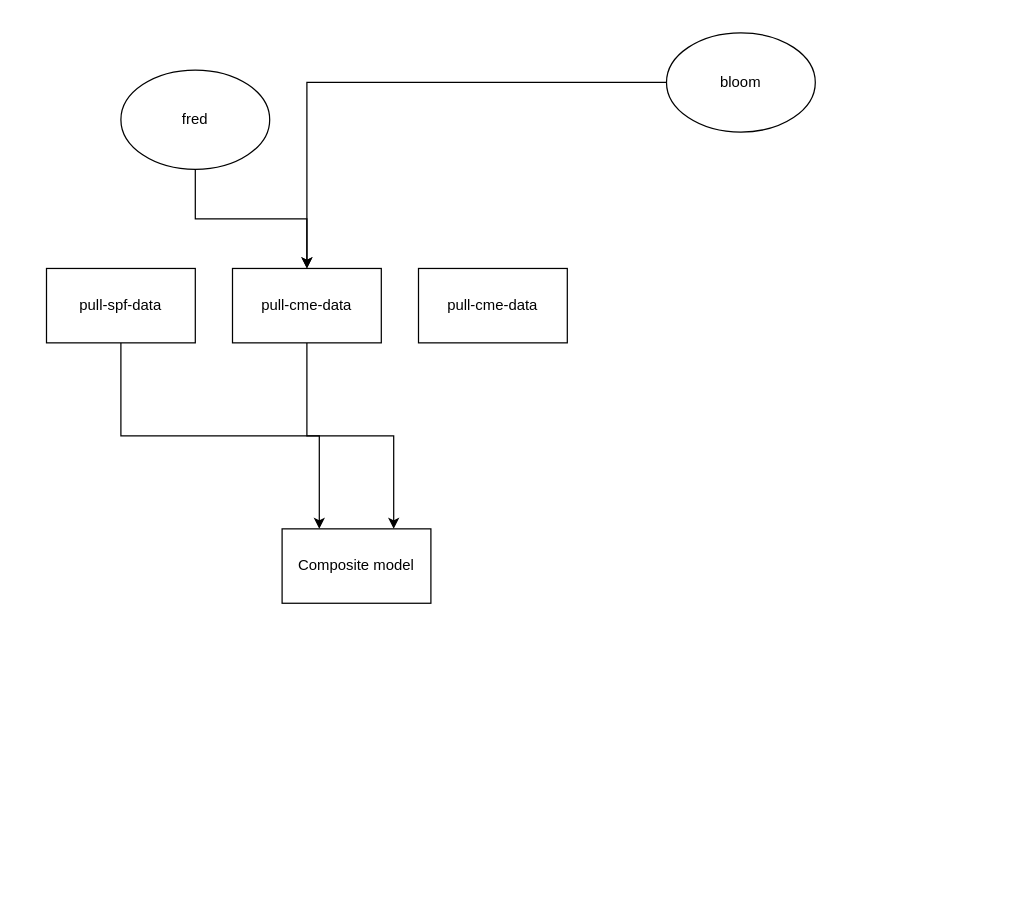
Earlier version of the draw.io diagram modules/composite-model/dependencies.drawio (bongohead/econforecasting-r). Source tidied: cells renumbered, new cells numbered last; positions are measured from the earlier drawing's top-left corner, leaving out a move shared by most shapes. Both pictures are drawn from the tidied source at 124%, with x=0, y=0 at pixel (46, 32).
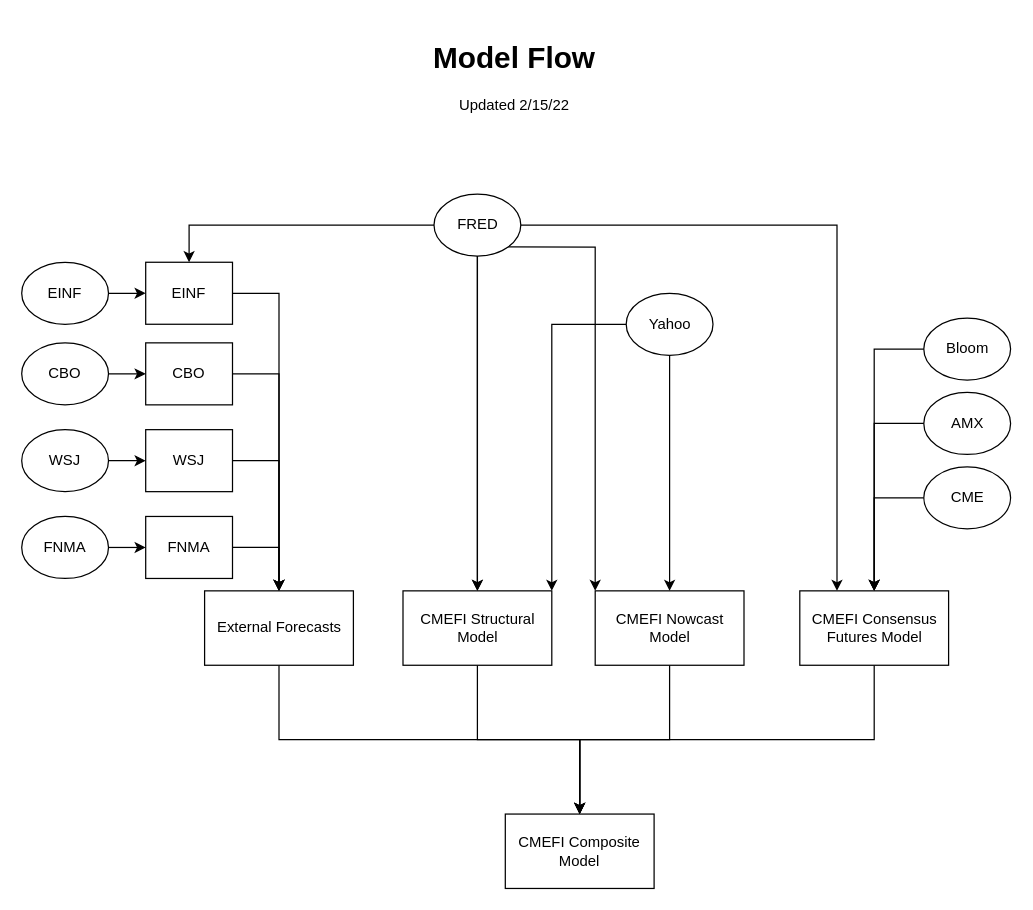
After the change.

What changed in the source:
```diff
@@
-    <mxCell id="2" style="edgeStyle=orthogonalEdgeStyle;rounded=0;jettySize=auto;html=1;entryX=0.25;entryY=0;entryDx=0;entryDy=0;exitX=0.5;exitY=1;exitDx=0;exitDy=0;" parent="1" edge="1" source="3" target="6">
+    <mxCell id="2" style="edgeStyle=orthogonalEdgeStyle;rounded=0;jettySize=auto;html=1;entryX=0.5;entryY=0;entryDx=0;entryDy=0;exitX=0.5;exitY=1;exitDx=0;exitDy=0;" parent="1" edge="1" source="3" target="6">
       <mxGeometry relative="1" as="geometry" />
     </mxCell>
-    <mxCell id="3" value="pull-spf-data" style="rounded=0;whiteSpace=wrap;html=1;" parent="1" vertex="1">
-      <mxGeometry y="190" width="120" height="60" as="geometry" />
+    <mxCell id="3" value="CMEFI Nowcast Model" style="rounded=0;whiteSpace=wrap;html=1;" parent="1" vertex="1">
+      <mxGeometry x="442.5" y="450" width="120" height="60" as="geometry" />
     </mxCell>
-    <mxCell id="4" style="edgeStyle=orthogonalEdgeStyle;rounded=0;jettySize=auto;html=1;entryX=0.75;entryY=0;entryDx=0;entryDy=0;" parent="1" edge="1" source="5" target="6">
+    <mxCell id="4" style="edgeStyle=orthogonalEdgeStyle;rounded=0;jettySize=auto;html=1;exitX=0.5;exitY=1;exitDx=0;exitDy=0;" parent="1" edge="1" source="5" target="6">
       <mxGeometry relative="1" as="geometry" />
     </mxCell>
-    <mxCell id="5" value="pull-cme-data" style="rounded=0;whiteSpace=wrap;html=1;" parent="1" vertex="1">
-      <mxGeometry x="150" y="190" width="120" height="60" as="geometry" />
+    <mxCell id="5" value="CMEFI Structural Model" style="rounded=0;whiteSpace=wrap;html=1;" parent="1" vertex="1">
+      <mxGeometry x="287.5" y="450" width="120" height="60" as="geometry" />
     </mxCell>
-    <mxCell id="6" value="Composite model" style="rounded=0;whiteSpace=wrap;html=1;" parent="1" vertex="1">
-      <mxGeometry x="190" y="400" width="120" height="60" as="geometry" />
+    <mxCell id="6" value="CMEFI Composite Model" style="rounded=0;whiteSpace=wrap;html=1;" parent="1" vertex="1">
+      <mxGeometry x="370" y="630" width="120" height="60" as="geometry" />
     </mxCell>
-    <mxCell id="7" style="edgeStyle=orthogonalEdgeStyle;rounded=0;jettySize=auto;html=1;" parent="1" edge="1" source="8" target="5">
-      <mxGeometry relative="1" as="geometry" />
-    </mxCell>
+    <mxCell id="12" style="edgeStyle=orthogonalEdgeStyle;rounded=0;jettySize=auto;html=1;entryX=0.5;entryY=0;entryDx=0;entryDy=0;" parent="1" edge="1" source="8" target="5">
+      <mxGeometry relative="1" as="geometry" />
+    </mxCell>
+    <mxCell id="13" style="edgeStyle=orthogonalEdgeStyle;rounded=0;jettySize=auto;html=1;exitX=0.5;exitY=1;exitDx=0;exitDy=0;entryX=0.5;entryY=0;entryDx=0;entryDy=0;" parent="1" edge="1" source="11" target="6">
+      <mxGeometry relative="1" as="geometry" />
+    </mxCell>
+    <mxCell id="11" value="External Forecasts" style="rounded=0;whiteSpace=wrap;html=1;" parent="1" vertex="1">
+      <mxGeometry x="127.5" y="450" width="120" height="60" as="geometry" />
+    </mxCell>
+    <mxCell id="14" style="edgeStyle=orthogonalEdgeStyle;rounded=0;jettySize=auto;html=1;entryX=0.5;entryY=0;entryDx=0;entryDy=0;exitX=0.5;exitY=1;exitDx=0;exitDy=0;" parent="1" edge="1" source="15" target="6">
+      <mxGeometry relative="1" as="geometry" />
+    </mxCell>
+    <mxCell id="15" value="CMEFI Consensus Futures Model" style="rounded=0;whiteSpace=wrap;html=1;" parent="1" vertex="1">
+      <mxGeometry x="607.5" y="450" width="120" height="60" as="geometry" />
+    </mxCell>
+    <mxCell id="16" style="edgeStyle=orthogonalEdgeStyle;rounded=0;jettySize=auto;html=1;exitX=0.5;exitY=1;exitDx=0;exitDy=0;" parent="1" edge="1" source="19" target="3">
+      <mxGeometry relative="1" as="geometry" />
+    </mxCell>
+    <mxCell id="17" style="edgeStyle=orthogonalEdgeStyle;rounded=0;jettySize=auto;html=1;entryX=0.5;entryY=0;entryDx=0;entryDy=0;startArrow=none;" parent="1" edge="1" source="8" target="5">
+      <mxGeometry relative="1" as="geometry" />
+    </mxCell>
+    <mxCell id="18" style="edgeStyle=orthogonalEdgeStyle;rounded=0;jettySize=auto;html=1;entryX=1;entryY=0;entryDx=0;entryDy=0;" parent="1" edge="1" source="19" target="5">
+      <mxGeometry relative="1" as="geometry" />
+    </mxCell>
+    <mxCell id="19" value="Yahoo" style="ellipse;whiteSpace=wrap;html=1;" parent="1" vertex="1">
+      <mxGeometry x="467.5" y="210" width="70" height="50" as="geometry" />
+    </mxCell>
+    <mxCell id="20" style="edgeStyle=orthogonalEdgeStyle;rounded=0;jettySize=auto;html=1;entryX=0.5;entryY=0;entryDx=0;entryDy=0;exitX=0;exitY=0.5;exitDx=0;exitDy=0;" parent="1" edge="1" source="21" target="15">
+      <mxGeometry relative="1" as="geometry" />
+    </mxCell>
+    <mxCell id="21" value="CME" style="ellipse;whiteSpace=wrap;html=1;" parent="1" vertex="1">
+      <mxGeometry x="707.5" y="350" width="70" height="50" as="geometry" />
+    </mxCell>
+    <mxCell id="22" value="Bloom" style="ellipse;whiteSpace=wrap;html=1;" parent="1" vertex="1">
+      <mxGeometry x="707.5" y="230" width="70" height="50" as="geometry" />
+    </mxCell>
+    <mxCell id="23" value="AMX" style="ellipse;whiteSpace=wrap;html=1;" parent="1" vertex="1">
+      <mxGeometry x="707.5" y="290" width="70" height="50" as="geometry" />
+    </mxCell>
+    <mxCell id="24" style="edgeStyle=orthogonalEdgeStyle;rounded=0;jettySize=auto;html=1;entryX=0.5;entryY=0;entryDx=0;entryDy=0;exitX=0;exitY=0.5;exitDx=0;exitDy=0;" parent="1" edge="1" source="23" target="15">
+      <mxGeometry relative="1" as="geometry" />
+    </mxCell>
+    <mxCell id="25" style="edgeStyle=orthogonalEdgeStyle;rounded=0;jettySize=auto;html=1;exitX=0;exitY=0.5;exitDx=0;exitDy=0;entryX=0.5;entryY=0;entryDx=0;entryDy=0;" parent="1" edge="1" source="22" target="15">
+      <mxGeometry relative="1" as="geometry" />
+    </mxCell>
+    <mxCell id="26" style="edgeStyle=orthogonalEdgeStyle;rounded=0;jettySize=auto;html=1;exitX=1;exitY=0.5;exitDx=0;exitDy=0;entryX=0.5;entryY=0;entryDx=0;entryDy=0;startArrow=none;" parent="1" edge="1" source="33" target="11">
+      <mxGeometry relative="1" as="geometry" />
+    </mxCell>
+    <mxCell id="27" style="edgeStyle=orthogonalEdgeStyle;rounded=0;jettySize=auto;html=1;" parent="1" edge="1" source="28" target="33">
+      <mxGeometry relative="1" as="geometry" />
+    </mxCell>
+    <mxCell id="28" value="EINF" style="ellipse;whiteSpace=wrap;html=1;" parent="1" vertex="1">
+      <mxGeometry x="-20" y="185" width="70" height="50" as="geometry" />
+    </mxCell>
+    <mxCell id="29" style="edgeStyle=orthogonalEdgeStyle;rounded=0;jettySize=auto;html=1;entryX=0.5;entryY=0;entryDx=0;entryDy=0;" parent="1" edge="1" source="8" target="33">
+      <mxGeometry relative="1" as="geometry" />
+    </mxCell>
+    <mxCell id="30" style="edgeStyle=orthogonalEdgeStyle;rounded=0;jettySize=auto;html=1;exitX=1;exitY=1;exitDx=0;exitDy=0;entryX=0;entryY=0;entryDx=0;entryDy=0;" parent="1" edge="1" source="8" target="3">
+      <mxGeometry relative="1" as="geometry" />
+    </mxCell>
+    <mxCell id="31" style="edgeStyle=orthogonalEdgeStyle;rounded=0;jettySize=auto;html=1;entryX=0.25;entryY=0;entryDx=0;entryDy=0;" parent="1" edge="1" source="8" target="15">
+      <mxGeometry relative="1" as="geometry" />
+    </mxCell>
-    <mxCell id="8" value="fred" style="ellipse;whiteSpace=wrap;html=1;" parent="1" vertex="1">
-      <mxGeometry x="60" y="30" width="120" height="80" as="geometry" />
+    <mxCell id="8" value="FRED" style="ellipse;whiteSpace=wrap;html=1;" parent="1" vertex="1">
+      <mxGeometry x="312.5" y="130" width="70" height="50" as="geometry" />
     </mxCell>
-    <mxCell id="9" style="edgeStyle=orthogonalEdgeStyle;rounded=0;jettySize=auto;html=1;entryX=0.5;entryY=0;entryDx=0;entryDy=0;" parent="1" edge="1" source="10" target="5">
-      <mxGeometry relative="1" as="geometry" />
-    </mxCell>
-    <mxCell id="10" value="bloom" style="ellipse;whiteSpace=wrap;html=1;" parent="1" vertex="1">
-      <mxGeometry x="500" width="120" height="80" as="geometry" />
-    </mxCell>
-    <mxCell id="11" value="pull-cme-data" style="rounded=0;whiteSpace=wrap;html=1;" parent="1" vertex="1">
-      <mxGeometry x="300" y="190" width="120" height="60" as="geometry" />
-    </mxCell>
+    <mxCell id="32" value="&lt;h1&gt;Model Flow&lt;/h1&gt;&lt;div&gt;Updated 2/15/22&lt;/div&gt;" style="text;html=1;strokeColor=none;fillColor=none;spacing=5;spacingTop=-20;whiteSpace=wrap;overflow=hidden;rounded=0;align=center;" parent="1" vertex="1">
+      <mxGeometry x="235" y="1" width="285" height="80" as="geometry" />
+    </mxCell>
+    <mxCell id="33" value="EINF" style="rounded=0;whiteSpace=wrap;html=1;" parent="1" vertex="1">
+      <mxGeometry x="80" y="185" width="70" height="50" as="geometry" />
+    </mxCell>
+    <mxCell id="34" style="edgeStyle=orthogonalEdgeStyle;rounded=0;jettySize=auto;html=1;exitX=1;exitY=0.5;exitDx=0;exitDy=0;" parent="1" edge="1" source="35" target="11">
+      <mxGeometry relative="1" as="geometry" />
+    </mxCell>
+    <mxCell id="35" value="CBO" style="rounded=0;whiteSpace=wrap;html=1;" parent="1" vertex="1">
+      <mxGeometry x="80" y="250" width="70" height="50" as="geometry" />
+    </mxCell>
+    <mxCell id="36" style="edgeStyle=orthogonalEdgeStyle;rounded=0;jettySize=auto;html=1;exitX=1;exitY=0.5;exitDx=0;exitDy=0;" parent="1" edge="1" source="37" target="11">
+      <mxGeometry relative="1" as="geometry" />
+    </mxCell>
+    <mxCell id="37" value="WSJ" style="rounded=0;whiteSpace=wrap;html=1;" parent="1" vertex="1">
+      <mxGeometry x="80" y="320" width="70" height="50" as="geometry" />
+    </mxCell>
+    <mxCell id="38" style="edgeStyle=orthogonalEdgeStyle;rounded=0;jettySize=auto;html=1;exitX=1;exitY=0.5;exitDx=0;exitDy=0;" parent="1" edge="1" source="39" target="11">
+      <mxGeometry relative="1" as="geometry" />
+    </mxCell>
+    <mxCell id="39" value="FNMA" style="rounded=0;whiteSpace=wrap;html=1;" parent="1" vertex="1">
+      <mxGeometry x="80" y="390" width="70" height="50" as="geometry" />
+    </mxCell>
+    <mxCell id="40" style="edgeStyle=orthogonalEdgeStyle;rounded=0;jettySize=auto;html=1;exitX=1;exitY=0.5;exitDx=0;exitDy=0;entryX=0;entryY=0.5;entryDx=0;entryDy=0;" parent="1" edge="1" source="41" target="39">
+      <mxGeometry relative="1" as="geometry" />
+    </mxCell>
+    <mxCell id="41" value="FNMA" style="ellipse;whiteSpace=wrap;html=1;" parent="1" vertex="1">
+      <mxGeometry x="-20" y="390" width="70" height="50" as="geometry" />
+    </mxCell>
+    <mxCell id="42" style="edgeStyle=orthogonalEdgeStyle;rounded=0;jettySize=auto;html=1;entryX=0;entryY=0.5;entryDx=0;entryDy=0;" parent="1" edge="1" source="43" target="37">
+      <mxGeometry relative="1" as="geometry" />
+    </mxCell>
+    <mxCell id="43" value="WSJ" style="ellipse;whiteSpace=wrap;html=1;" parent="1" vertex="1">
+      <mxGeometry x="-20" y="320" width="70" height="50" as="geometry" />
+    </mxCell>
+    <mxCell id="44" style="edgeStyle=orthogonalEdgeStyle;rounded=0;jettySize=auto;html=1;entryX=0;entryY=0.5;entryDx=0;entryDy=0;" parent="1" edge="1" source="45" target="35">
+      <mxGeometry relative="1" as="geometry" />
+    </mxCell>
+    <mxCell id="45" value="CBO" style="ellipse;whiteSpace=wrap;html=1;" parent="1" vertex="1">
+      <mxGeometry x="-20" y="250" width="70" height="50" as="geometry" />
+    </mxCell>
```
